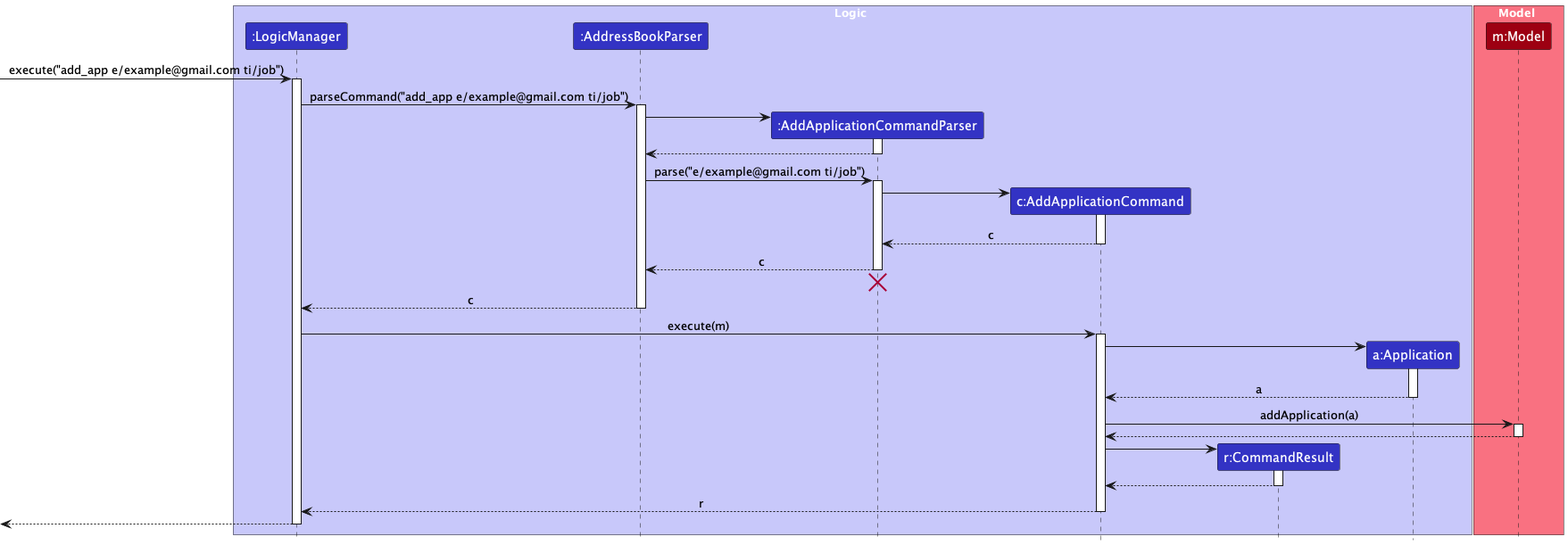
Above: docs/images/AddApplicationSequenceDiagram.png in leeweiming3/tp (PlantUML), before the change.
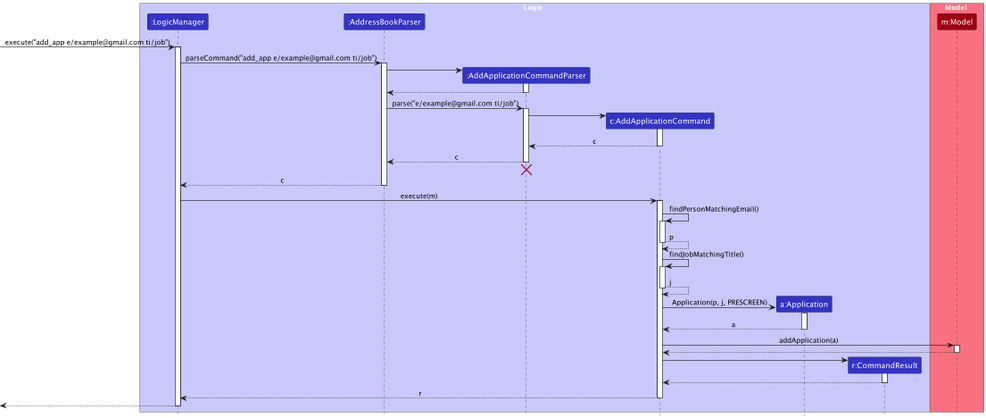
Above is the later version.

Commit message:
Fix sequence diagrams

Change to the diagram source:
```diff
@@ -7,8 +7,8 @@
 participant ":AddressBookParser" as AddressBookParser LOGIC_COLOR
 participant ":AddApplicationCommandParser" as AddApplicationCommandParser LOGIC_COLOR
 participant "c:AddApplicationCommand" as AddApplicationCommand LOGIC_COLOR
+participant "a:Application" as Application LOGIC_COLOR
 participant "r:CommandResult" as CommandResult LOGIC_COLOR
-participant "a:Application" as Application LOGIC_COLOR
 end box
 
 box Model MODEL_COLOR_T1
@@ -49,8 +49,20 @@
 LogicManager -> AddApplicationCommand : execute(m)
 activate AddApplicationCommand
 
+AddApplicationCommand -> AddApplicationCommand : findPersonMatchingEmail()
+activate AddApplicationCommand
+
+AddApplicationCommand --> AddApplicationCommand : p
+deactivate AddApplicationCommand
+
+AddApplicationCommand -> AddApplicationCommand : findJobMatchingTitle()
+activate AddApplicationCommand
+
+AddApplicationCommand --> AddApplicationCommand : j
+deactivate AddApplicationCommand
+
 create Application
-AddApplicationCommand -> Application
+AddApplicationCommand -> Application : Application(p, j, PRESCREEN)
 activate Application
 
 Application --> AddApplicationCommand : a
```
